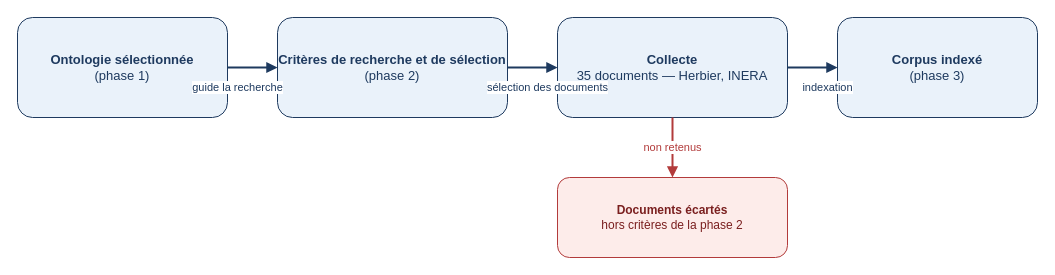
This is images/flux_corpus.drawio from Lougoudoro/master-memoire, a draw.io file, before an edit. Source tidied: cells renumbered, new cells numbered last; positions are measured from the earlier drawing's top-left corner, leaving out a move shared by most shapes. Both pictures are drawn from the tidied source at 100%, with x=0, y=0 at pixel (17, 17).
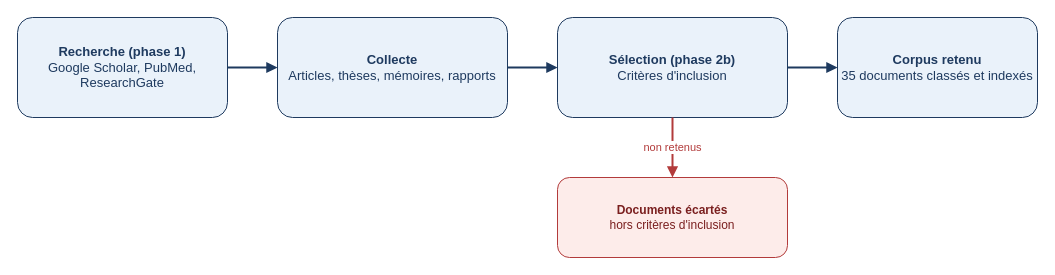
The same diagram, later.

Change to the diagram source:
```diff
@@
 <mxGraphModel>
   <root>
     <mxCell id="0" />
     <mxCell id="1" parent="0" />
-    <mxCell id="2" value="&lt;b&gt;Ontologie sélectionnée&lt;/b&gt;&lt;br&gt;(phase 1)" style="rounded=1;whiteSpace=wrap;html=1;fillColor=#eaf2fa;strokeColor=#1e3a5f;fontColor=#1e3a5f;fontSize=13;" parent="1" vertex="1">
+    <mxCell id="2" value="&lt;b&gt;Recherche (phase 1)&lt;/b&gt;&lt;br&gt;Google Scholar, PubMed, ResearchGate" style="rounded=1;whiteSpace=wrap;html=1;fillColor=#eaf2fa;strokeColor=#1e3a5f;fontColor=#1e3a5f;fontSize=13;" parent="1" vertex="1">
       <mxGeometry width="210" height="100" as="geometry" />
     </mxCell>
-    <mxCell id="3" value="&lt;b&gt;Critères de recherche et de sélection&lt;/b&gt;&lt;br&gt;(phase 2)" style="rounded=1;whiteSpace=wrap;html=1;fillColor=#eaf2fa;strokeColor=#1e3a5f;fontColor=#1e3a5f;fontSize=13;" parent="1" vertex="1">
+    <mxCell id="3" value="&lt;b&gt;Collecte&lt;/b&gt;&lt;br&gt;Articles, thèses, mémoires, rapports" style="rounded=1;whiteSpace=wrap;html=1;fillColor=#eaf2fa;strokeColor=#1e3a5f;fontColor=#1e3a5f;fontSize=13;" parent="1" vertex="1">
       <mxGeometry x="260" width="230" height="100" as="geometry" />
     </mxCell>
-    <mxCell id="4" value="&lt;b&gt;Collecte&lt;/b&gt;&lt;br&gt;35 documents — Herbier, INERA" style="rounded=1;whiteSpace=wrap;html=1;fillColor=#eaf2fa;strokeColor=#1e3a5f;fontColor=#1e3a5f;fontSize=13;" parent="1" vertex="1">
+    <mxCell id="4" value="&lt;b&gt;Sélection (phase 2b)&lt;/b&gt;&lt;br&gt;Critères d'inclusion" style="rounded=1;whiteSpace=wrap;html=1;fillColor=#eaf2fa;strokeColor=#1e3a5f;fontColor=#1e3a5f;fontSize=13;" parent="1" vertex="1">
       <mxGeometry x="540" width="230" height="100" as="geometry" />
     </mxCell>
-    <mxCell id="5" value="&lt;b&gt;Corpus indexé&lt;/b&gt;&lt;br&gt;(phase 3)" style="rounded=1;whiteSpace=wrap;html=1;fillColor=#eaf2fa;strokeColor=#1e3a5f;fontColor=#1e3a5f;fontSize=13;" parent="1" vertex="1">
+    <mxCell id="5" value="&lt;b&gt;Corpus retenu&lt;/b&gt;&lt;br&gt;35 documents classés et indexés" style="rounded=1;whiteSpace=wrap;html=1;fillColor=#eaf2fa;strokeColor=#1e3a5f;fontColor=#1e3a5f;fontSize=13;" parent="1" vertex="1">
       <mxGeometry x="820" width="200" height="100" as="geometry" />
     </mxCell>
-    <mxCell id="6" value="&lt;b&gt;Documents écartés&lt;/b&gt;&lt;br&gt;hors critères de la phase 2" style="rounded=1;whiteSpace=wrap;html=1;fillColor=#fdecea;strokeColor=#b23b3b;fontColor=#7a1f1f;fontSize=12;" parent="1" vertex="1">
+    <mxCell id="6" value="&lt;b&gt;Documents écartés&lt;/b&gt;&lt;br&gt;hors critères d'inclusion" style="rounded=1;whiteSpace=wrap;html=1;fillColor=#fdecea;strokeColor=#b23b3b;fontColor=#7a1f1f;fontSize=12;" parent="1" vertex="1">
       <mxGeometry x="540" y="160" width="230" height="80" as="geometry" />
     </mxCell>
-    <mxCell id="7" value="guide la recherche" style="edgeStyle=orthogonalEdgeStyle;rounded=0;html=1;exitX=1;exitY=0.5;entryX=0;entryY=0.5;strokeColor=#1e3a5f;strokeWidth=2;endArrow=block;fontSize=11;fontColor=#1e3a5f;" parent="1" edge="1" source="2" target="3">
+    <mxCell id="7" style="edgeStyle=orthogonalEdgeStyle;rounded=0;html=1;exitX=1;exitY=0.5;entryX=0;entryY=0.5;strokeColor=#1e3a5f;strokeWidth=2;endArrow=block;fontSize=11;fontColor=#1e3a5f;" parent="1" edge="1" source="2" target="3">
       <mxGeometry x="-0.6" y="-20" relative="1" as="geometry" />
     </mxCell>
-    <mxCell id="8" value="sélection des documents" style="edgeStyle=orthogonalEdgeStyle;rounded=0;html=1;exitX=1;exitY=0.5;entryX=0;entryY=0.5;strokeColor=#1e3a5f;strokeWidth=2;endArrow=block;fontSize=11;fontColor=#1e3a5f;" parent="1" edge="1" source="3" target="4">
+    <mxCell id="8" style="edgeStyle=orthogonalEdgeStyle;rounded=0;html=1;exitX=1;exitY=0.5;entryX=0;entryY=0.5;strokeColor=#1e3a5f;strokeWidth=2;endArrow=block;fontSize=11;fontColor=#1e3a5f;" parent="1" edge="1" source="3" target="4">
       <mxGeometry x="0.6" y="-20" relative="1" as="geometry" />
     </mxCell>
-    <mxCell id="9" value="indexation" style="edgeStyle=orthogonalEdgeStyle;rounded=0;html=1;exitX=1;exitY=0.5;entryX=0;entryY=0.5;strokeColor=#1e3a5f;strokeWidth=2;endArrow=block;fontSize=11;fontColor=#1e3a5f;" parent="1" edge="1" source="4" target="5">
+    <mxCell id="9" style="edgeStyle=orthogonalEdgeStyle;rounded=0;html=1;exitX=1;exitY=0.5;entryX=0;entryY=0.5;strokeColor=#1e3a5f;strokeWidth=2;endArrow=block;fontSize=11;fontColor=#1e3a5f;" parent="1" edge="1" source="4" target="5">
       <mxGeometry x="0.6" y="-20" relative="1" as="geometry" />
     </mxCell>
     <mxCell id="10" value="non retenus" style="edgeStyle=orthogonalEdgeStyle;rounded=0;html=1;exitX=0.5;exitY=1;entryX=0.5;entryY=0;strokeColor=#b23b3b;strokeWidth=2;endArrow=block;fontSize=11;fontColor=#b23b3b;" parent="1" edge="1" source="4" target="6">
       <mxGeometry relative="1" as="geometry" />
     </mxCell>
   </root>
 </mxGraphModel>
```
